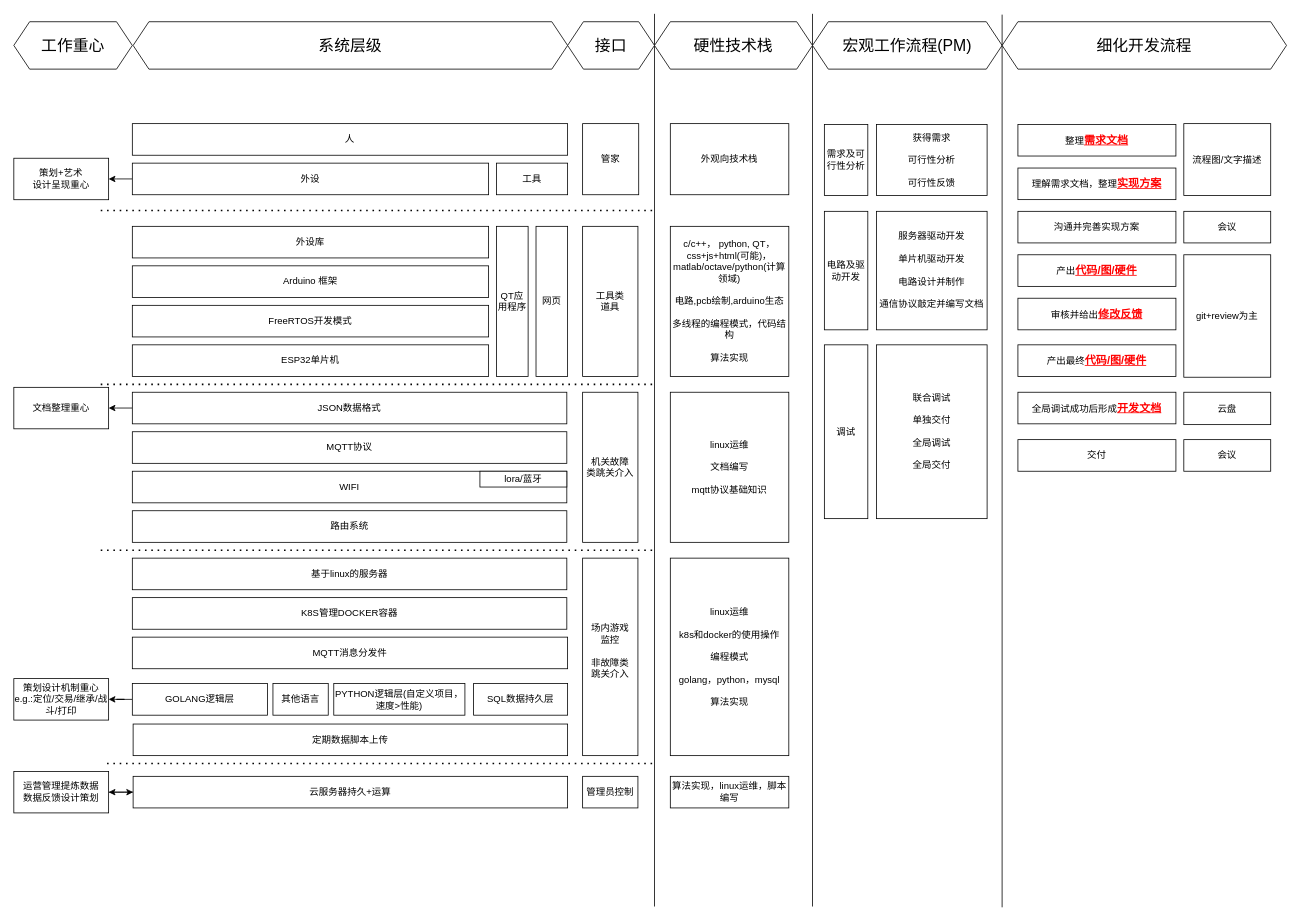
This is workflow.drawio from jam23541/myDraws, a draw.io file, before an edit. Source tidied: cells renumbered, new cells numbered last; positions are measured from the earlier drawing's top-left corner, leaving out a move shared by most shapes. Both pictures are drawn from the tidied source at 79%, with x=0, y=0 at pixel (13, 13).
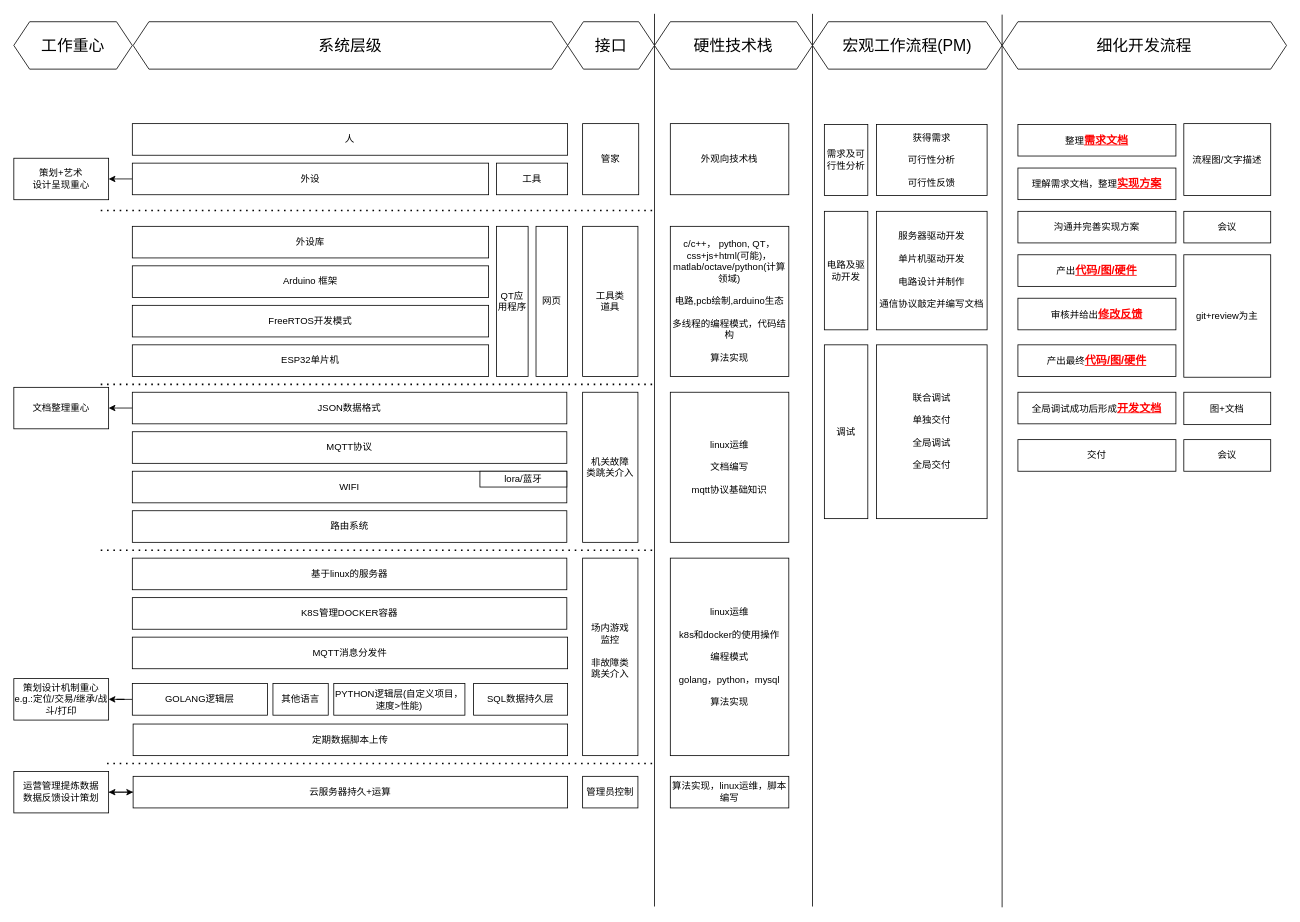
After the change.

Change to the diagram source:
```diff
@@
-    <mxCell id="74" value="云盘" style="rounded=0;whiteSpace=wrap;html=1;fontSize=12;" parent="1" vertex="1">
+    <mxCell id="74" value="图+文档" style="rounded=0;whiteSpace=wrap;html=1;fontSize=12;" parent="1" vertex="1">
       <mxGeometry x="1481" y="479" width="110" height="41" as="geometry" />
     </mxCell>
```
